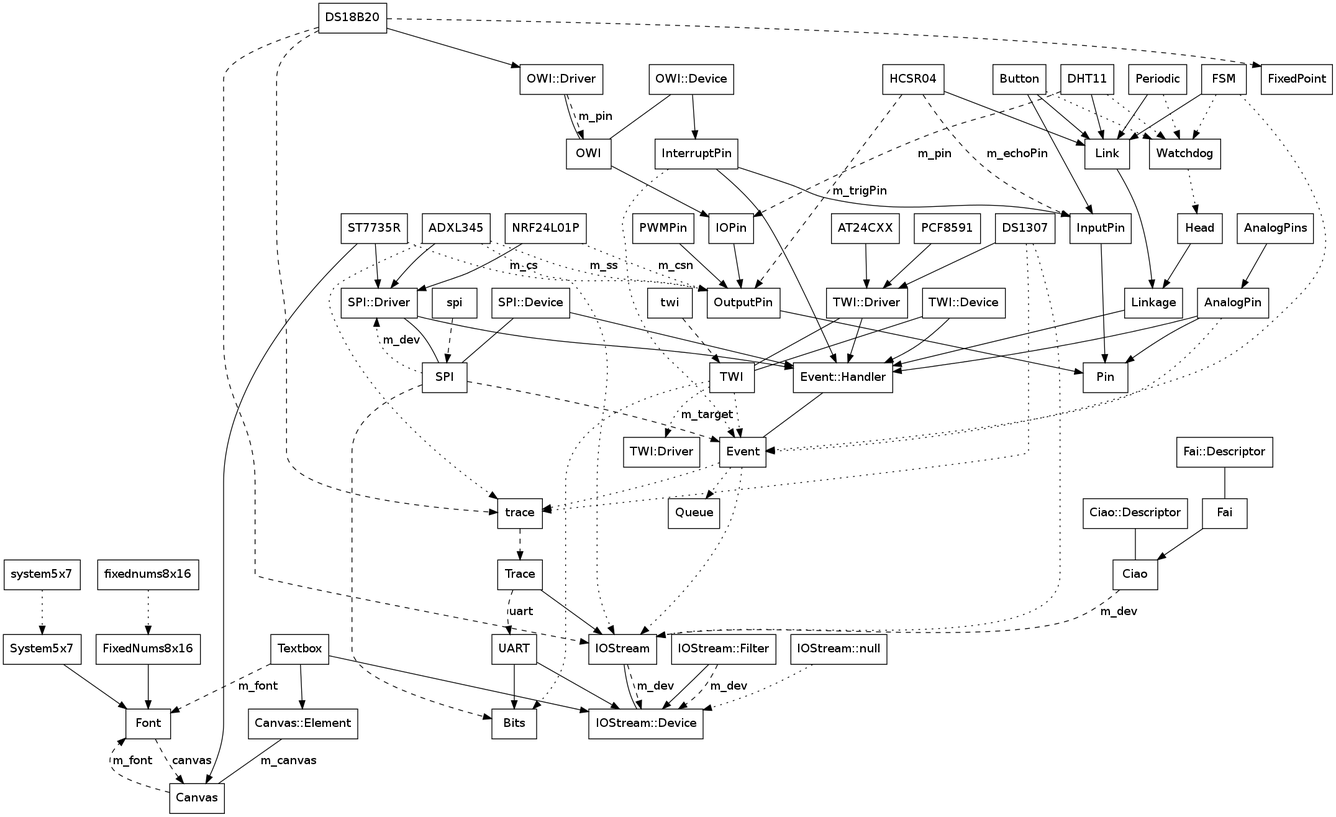
Above: CLASS.png in mikaelpatel/Cosa (Graphviz), before the change. Its source is kept beside it as CLASS.dot.
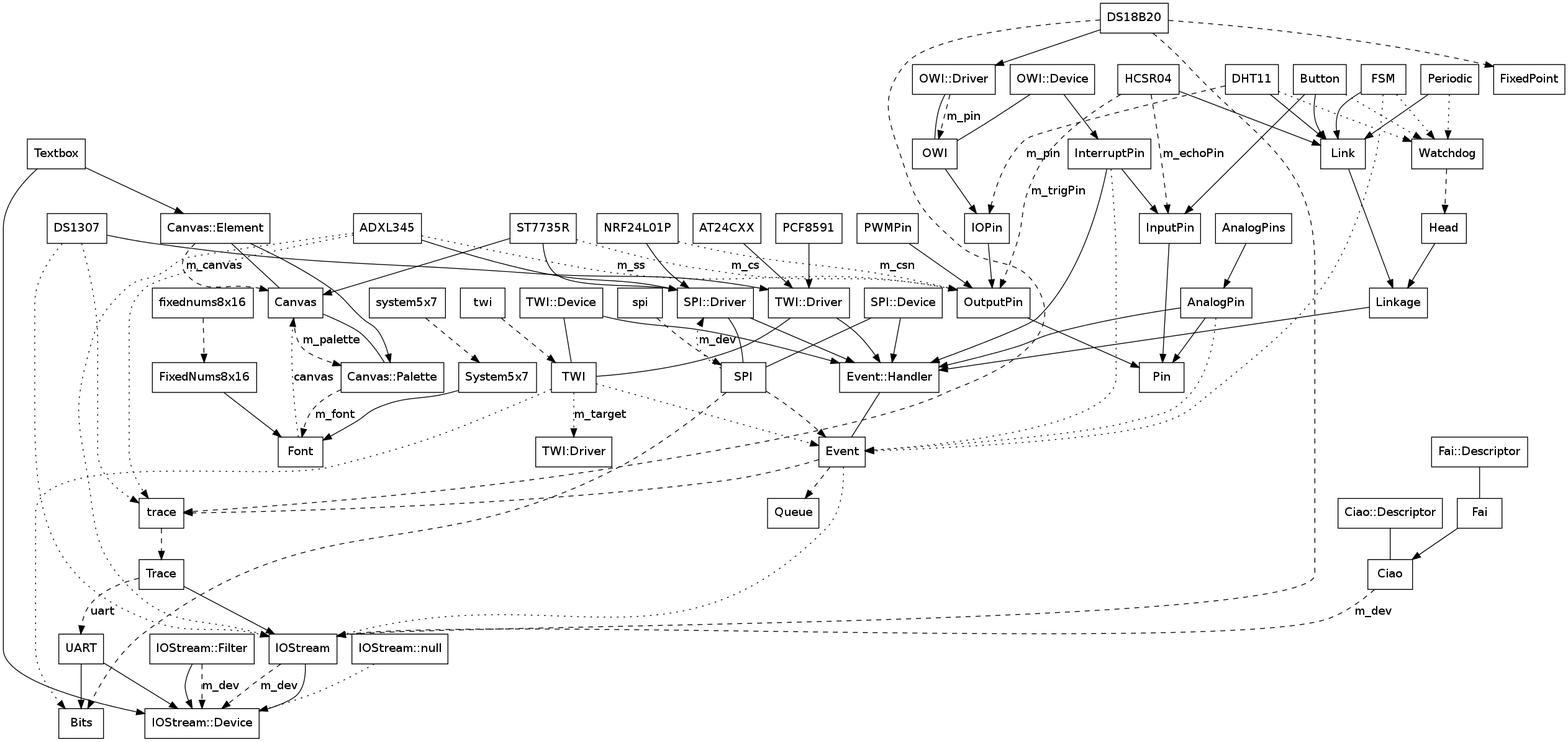
After the change.

Commit message:
Updating class overview graph.

The edit, as a diff of the source:
```diff
@@ -7,10 +7,10 @@
 "Head" -> "Linkage";
 
 "Event::Handler" -> "Event" [arrowhead=none];
-"Event" -> "Queue" [style=dotted];
+"Event" -> "Queue" [style=dashed];
 "Event" -> "IOStream" [style=dotted];
-"Event" -> "trace" [style=dotted];
-"Watchdog" -> "Head" [style=dotted];
+"Event" -> "trace" [style=dashed];
+"Watchdog" -> "Head" [style=dashed];
 
 "Periodic" -> "Link";
 "Periodic" -> "Watchdog" [style=dotted];
@@ -35,17 +35,20 @@
 "Button" -> "Link";
 "Button" -> "Watchdog" [style=dotted];
 
-"Canvas" -> "Font" [style=dashed,label=m_font];
-"Font" -> "Canvas" [style=dashed,label=canvas];
-"system5x7" -> "System5x7" [style=dotted];
-"System5x7" -> "Font";
-"fixednums8x16" -> "FixedNums8x16" [style=dotted];
-"FixedNums8x16" -> "Font";
-
-"Canvas::Element" -> "Canvas" [arrowhead=none,label=m_canvas];
+"Canvas" -> "Canvas::Palette" [style=dashed,label=m_palette];
+"Canvas::Palette" -> "Font" [style=dashed,label=m_font];
+"Canvas::Palette" -> "Canvas" [arrowhead=none];
+"Canvas::Element" -> "Canvas::Palette";
+"Canvas::Element" -> "Canvas" [style=dashed,label=m_canvas];
+"Canvas::Element" -> "Canvas" [arrowhead=none];
 "Textbox" -> "Canvas::Element";
 "Textbox" -> "IOStream::Device";
-"Textbox" -> "Font" [style=dashed,label=m_font];
+
+"Font" -> "Canvas" [style=dotted,label=canvas];
+"system5x7" -> "System5x7" [style=dashed];
+"System5x7" -> "Font";
+"fixednums8x16" -> "FixedNums8x16" [style=dashed];
+"FixedNums8x16" -> "Font";
 
 "Ciao" -> "IOStream" [style=dashed,label=m_dev];
 "Ciao::Descriptor" -> "Ciao" [arrowhead=none];
```
